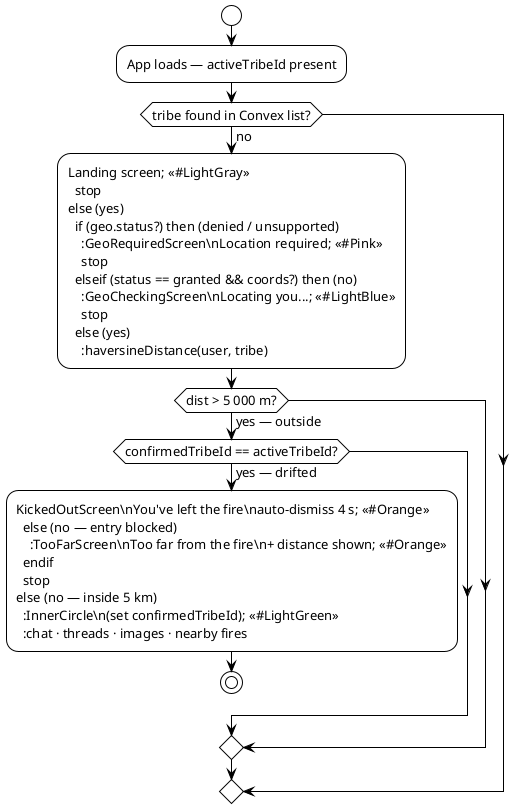
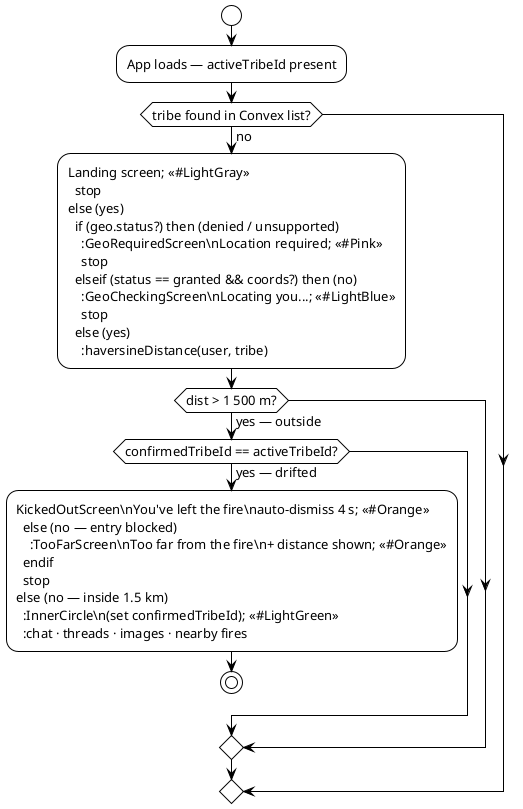
@startuml geofence-gate
!theme plain
<style>
activityDiagram {
  FontName monospace
  FontSize 13
}
</style>

start

:App loads — activeTribeId present;

if (tribe found in Convex list?) then (no)
  :Landing screen; <<#LightGray>>
  stop
else (yes)
  if (geo.status?) then (denied / unsupported)
    :GeoRequiredScreen\nLocation required; <<#Pink>>
    stop
  elseif (status == granted && coords?) then (no)
    :GeoCheckingScreen\nLocating you...; <<#LightBlue>>
    stop
  else (yes)
    :haversineDistance(user, tribe);
-     if (dist > 5 000 m?) then (yes — outside)
+     if (dist > 1 500 m?) then (yes — outside)
      if (confirmedTribeId == activeTribeId?) then (yes — drifted)
        :KickedOutScreen\nYou've left the fire\nauto-dismiss 4 s; <<#Orange>>
      else (no — entry blocked)
        :TooFarScreen\nToo far from the fire\n+ distance shown; <<#Orange>>
      endif
      stop
-     else (no — inside 5 km)
+     else (no — inside 1.5 km)
      :InnerCircle\n(set confirmedTribeId); <<#LightGreen>>
      :chat · threads · images · nearby fires;
      stop
    endif
  endif
endif

@enduml
